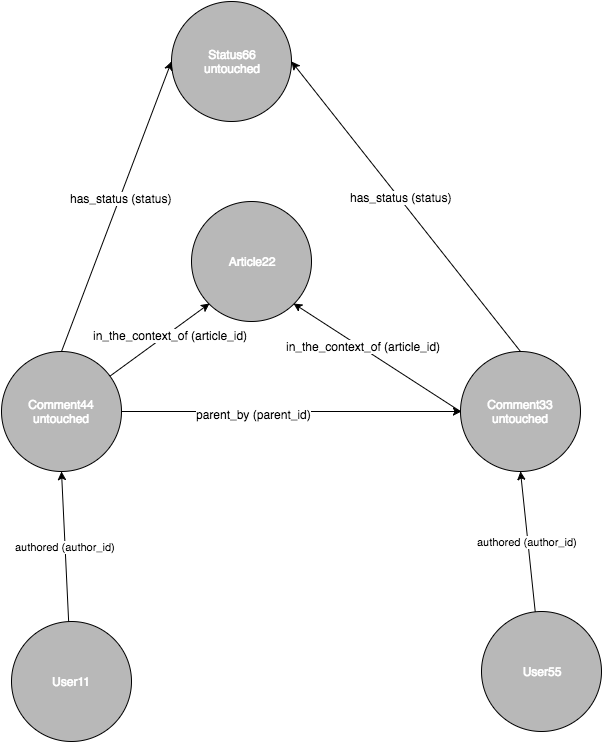
This is library/coral/SeedDiagram.png from coralproject/talk-deprecated, a draw.io export, as it was before one commit. Source tidied: cells renumbered, new cells last; positions are measured from the earlier drawing's top-left corner, leaving out a move shared by most shapes.
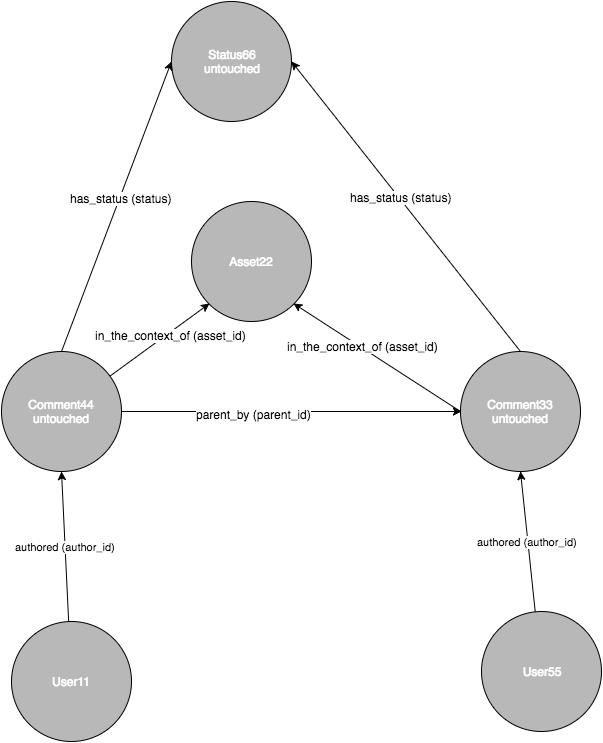
Later version of the same file.

Change to the diagram source:
```diff
@@ -2,13 +2,13 @@
   <root>
     <mxCell id="0" />
     <mxCell id="1" parent="0" />
-    <mxCell id="2" value="Article22" style="ellipse;whiteSpace=wrap;html=1;fillColor=#B8B8B8;fontColor=#FFFFFF;" parent="1" vertex="1">
+    <mxCell id="2" value="Asset22" style="ellipse;whiteSpace=wrap;html=1;fillColor=#B8B8B8;fontColor=#FFFFFF;" parent="1" vertex="1">
       <mxGeometry x="190" y="200" width="120" height="120" as="geometry" />
     </mxCell>
     <mxCell id="3" style="endArrow=none;html=1;strokeColor=#000000;strokeWidth=1;fontColor=#FFFFFF;exitX=1;exitY=1;entryX=0;entryY=0.5;endFill=0;startArrow=classic;startFill=1;" parent="1" edge="1" source="2" target="10">
       <mxGeometry x="599" y="430" as="geometry" />
     </mxCell>
-    <mxCell id="4" value="in_the_context_of (article_id)" style="text;html=1;align=center;verticalAlign=middle;labelBackgroundColor=#ffffff;" parent="3" vertex="1">
+    <mxCell id="4" value="in_the_context_of (asset_id)" style="text;html=1;align=center;verticalAlign=middle;labelBackgroundColor=#ffffff;" parent="3" vertex="1">
       <mxGeometry x="-0.19" y="2" relative="1" as="geometry" />
     </mxCell>
     <mxCell id="5" value="User11" style="ellipse;whiteSpace=wrap;html=1;fillColor=#B8B8B8;fontColor=#FFFFFF;" parent="1" vertex="1">
@@ -35,7 +35,7 @@
     <mxCell id="12" style="endArrow=none;html=1;strokeColor=#000000;strokeWidth=1;fontColor=#FFFFFF;exitX=0;exitY=1;endFill=0;startArrow=classic;startFill=1;" parent="1" edge="1" source="2" target="11">
       <mxGeometry x="609" y="440" as="geometry" />
     </mxCell>
-    <mxCell id="13" value="in_the_context_of (article_id)" style="text;html=1;align=center;verticalAlign=middle;labelBackgroundColor=#ffffff;" parent="12" vertex="1">
+    <mxCell id="13" value="in_the_context_of (asset_id)" style="text;html=1;align=center;verticalAlign=middle;labelBackgroundColor=#ffffff;" parent="12" vertex="1">
       <mxGeometry x="-0.19" y="2" relative="1" as="geometry" />
     </mxCell>
     <mxCell id="14" value="User55" style="ellipse;whiteSpace=wrap;html=1;fillColor=#B8B8B8;fontColor=#FFFFFF;" parent="1" vertex="1">
```
